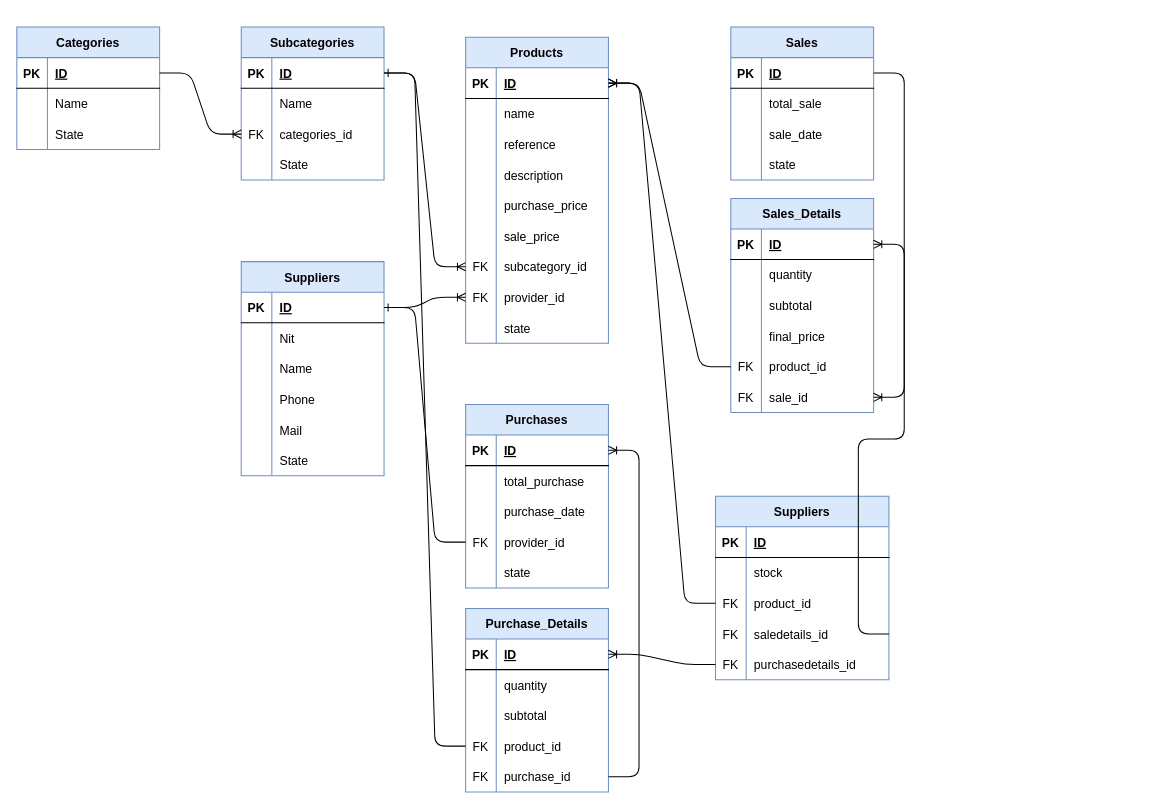
MiguelPardo22/InventoryCCEP keeps this draw.io diagram as Class Diagrams/ClassDiagram.drawio. Above is the earlier version. Source tidied: cells renumbered, new cells numbered last; positions are measured from the earlier drawing's top-left corner, leaving out a move shared by most shapes. Both pictures are drawn from the tidied source at 102%, with x=0, y=0 at pixel (16, 27).
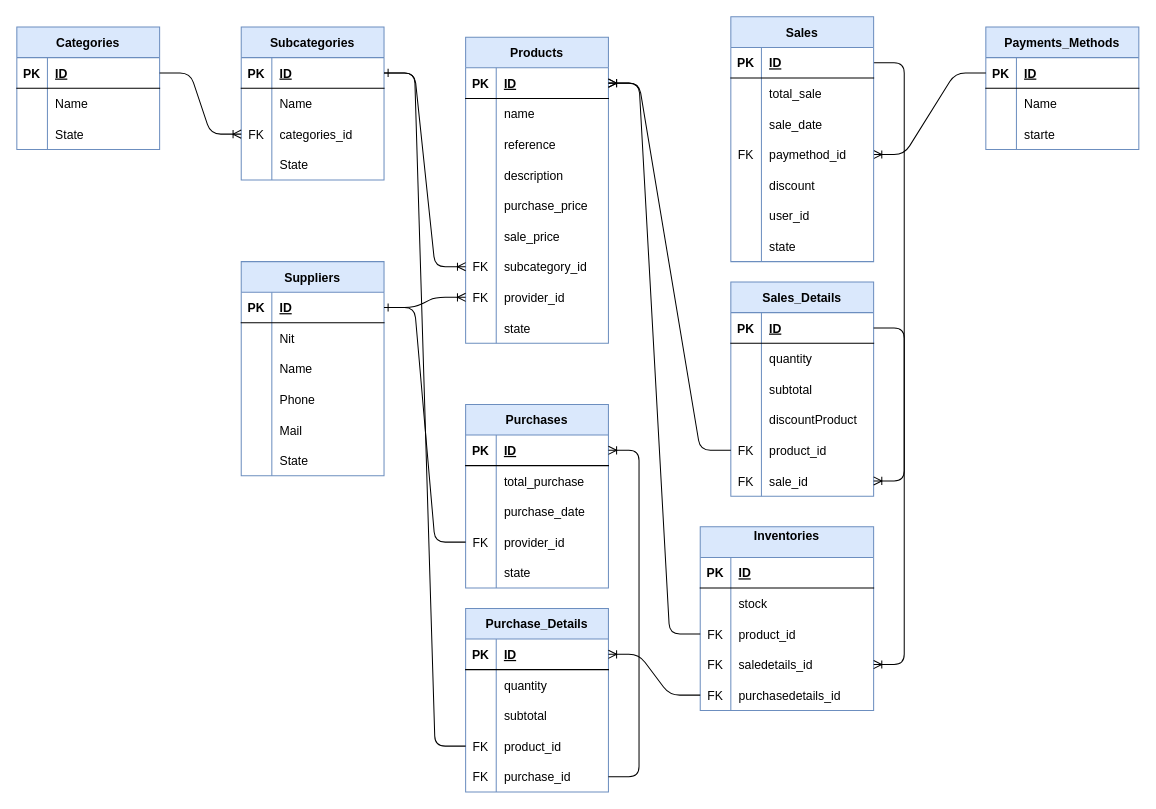
Above is the later version.

Unchanged cells that the change refers to:
```xml
<mxCell id="89" style="shape=tableRow;horizontal=0;startSize=0;swimlaneHead=0;swimlaneBody=0;fillColor=none;points=[[0,0.5],[1,0.5]];portConstraint=eastwest;top=0;left=0;right=0;bottom=1;" parent="88" vertex="1">
  <mxGeometry y="30" width="140" height="30" as="geometry" />
</mxCell>
<mxCell id="98" style="shape=tableRow;horizontal=0;startSize=0;swimlaneHead=0;swimlaneBody=0;fillColor=none;top=0;left=0;right=0;bottom=0;" parent="88" vertex="1">
  <mxGeometry y="120" width="140" height="30" as="geometry" />
</mxCell>
<mxCell id="154" style="shape=tableRow;horizontal=0;startSize=0;swimlaneHead=0;swimlaneBody=0;fillColor=none;points=[[0,0.5],[1,0.5]];portConstraint=eastwest;top=0;left=0;right=0;bottom=0;" parent="144" vertex="1">
  <mxGeometry y="120" width="170" height="30" as="geometry" />
</mxCell>
```

Diff of the diagram source:
```diff
@@
-    <mxCell id="75" value="Sales" style="shape=table;startSize=30;childLayout=tableLayout;rowLines=0;fontStyle=1;align=center;fillColor=#dae8fc;strokeColor=#6c8ebf;shadow=0;fontColor=#000000;" parent="1" vertex="1">
-      <mxGeometry x="700" width="140" height="150" as="geometry" />
-    </mxCell>
-    <mxCell id="76" style="shape=tableRow;horizontal=0;startSize=0;swimlaneHead=0;swimlaneBody=0;fillColor=none;points=[[0,0.5],[1,0.5]];portConstraint=eastwest;top=0;left=0;right=0;bottom=1;" parent="75" vertex="1">
-      <mxGeometry y="30" width="140" height="30" as="geometry" />
-    </mxCell>
-    <mxCell id="77" value="PK" style="shape=partialRectangle;fillColor=none;top=0;left=0;bottom=0;right=0;fontStyle=1;overflow=hidden;" parent="76" vertex="1">
-      <mxGeometry width="30" height="30" as="geometry" />
-    </mxCell>
-    <mxCell id="78" value="ID" style="shape=partialRectangle;fillColor=none;top=0;left=0;bottom=0;right=0;align=left;spacingLeft=6;fontStyle=5;overflow=hidden;" parent="76" vertex="1">
-      <mxGeometry x="30" width="110" height="30" as="geometry" />
-    </mxCell>
-    <mxCell id="79" style="shape=tableRow;horizontal=0;startSize=0;swimlaneHead=0;swimlaneBody=0;fillColor=none;top=0;left=0;right=0;bottom=0;" parent="75" vertex="1">
-      <mxGeometry y="60" width="140" height="30" as="geometry" />
-    </mxCell>
-    <mxCell id="80" style="shape=partialRectangle;fillColor=none;top=0;left=0;bottom=0;right=0;overflow=hidden;" parent="79" vertex="1">
-      <mxGeometry width="30" height="30" as="geometry" />
-    </mxCell>
-    <mxCell id="81" value="total_sale" style="shape=partialRectangle;fillColor=none;top=0;left=0;bottom=0;right=0;align=left;spacingLeft=6;overflow=hidden;" parent="79" vertex="1">
-      <mxGeometry x="30" width="110" height="30" as="geometry" />
-    </mxCell>
-    <mxCell id="82" style="shape=tableRow;horizontal=0;startSize=0;swimlaneHead=0;swimlaneBody=0;fillColor=none;top=0;left=0;right=0;bottom=0;" parent="75" vertex="1">
-      <mxGeometry y="90" width="140" height="30" as="geometry" />
-    </mxCell>
-    <mxCell id="83" style="shape=partialRectangle;fillColor=none;top=0;left=0;bottom=0;right=0;overflow=hidden;" parent="82" vertex="1">
-      <mxGeometry width="30" height="30" as="geometry" />
-    </mxCell>
-    <mxCell id="84" value="sale_date" style="shape=partialRectangle;fillColor=none;top=0;left=0;bottom=0;right=0;align=left;spacingLeft=6;overflow=hidden;" parent="82" vertex="1">
-      <mxGeometry x="30" width="110" height="30" as="geometry" />
-    </mxCell>
-    <mxCell id="85" style="shape=tableRow;horizontal=0;startSize=0;swimlaneHead=0;swimlaneBody=0;fillColor=none;points=[[0,0.5],[1,0.5]];portConstraint=eastwest;top=0;left=0;right=0;bottom=0;" parent="75" vertex="1">
-      <mxGeometry y="120" width="140" height="30" as="geometry" />
-    </mxCell>
-    <mxCell id="86" style="shape=partialRectangle;fillColor=none;top=0;left=0;bottom=0;right=0;overflow=hidden;" parent="85" vertex="1">
-      <mxGeometry width="30" height="30" as="geometry" />
-    </mxCell>
-    <mxCell id="87" value="state" style="shape=partialRectangle;fillColor=none;top=0;left=0;bottom=0;right=0;align=left;spacingLeft=6;overflow=hidden;" parent="85" vertex="1">
-      <mxGeometry x="30" width="110" height="30" as="geometry" />
-    </mxCell>
     <mxCell id="88" value="Sales_Details" style="shape=table;startSize=30;childLayout=tableLayout;rowLines=0;fontStyle=1;align=center;fillColor=#dae8fc;strokeColor=#6c8ebf;shadow=0;fontColor=#000000;" parent="1" vertex="1">
-      <mxGeometry x="700" y="168" width="140" height="210" as="geometry" />
+      <mxGeometry x="700" y="250" width="140" height="210" as="geometry" />
     </mxCell>
@@
-    <mxCell id="100" value="final_price" style="shape=partialRectangle;fillColor=none;top=0;left=0;bottom=0;right=0;align=left;spacingLeft=6;overflow=hidden;" parent="98" vertex="1">
+    <mxCell id="100" value="discountProduct" style="shape=partialRectangle;fillColor=none;top=0;left=0;bottom=0;right=0;align=left;spacingLeft=6;overflow=hidden;" parent="98" vertex="1">
       <mxGeometry x="30" width="110" height="30" as="geometry" />
     </mxCell>
@@
-    <mxCell id="144" value="Suppliers" style="shape=table;startSize=30;childLayout=tableLayout;rowLines=0;fontStyle=1;align=center;fillColor=#dae8fc;strokeColor=#6c8ebf;shadow=0;fontColor=#000000;" parent="1" vertex="1">
-      <mxGeometry x="685" y="460" width="170" height="180" as="geometry" />
+    <mxCell id="144" value="Inventories&#10;" style="shape=table;startSize=30;childLayout=tableLayout;rowLines=0;fontStyle=1;align=center;fillColor=#dae8fc;strokeColor=#6c8ebf;shadow=0;fontColor=#000000;" parent="1" vertex="1">
+      <mxGeometry x="670" y="490" width="170" height="180" as="geometry" />
     </mxCell>
@@
-    <mxCell id="161" style="edgeStyle=entityRelationEdgeStyle;fontSize=12;html=1;endArrow=ERoneToMany;exitX=1;exitY=0.5;exitDx=0;exitDy=0;entryX=1;entryY=0.5;entryDx=0;entryDy=0;" parent="1" edge="1" source="154" target="89">
-      <mxGeometry relative="1" as="geometry" />
-    </mxCell>
@@
+    <mxCell id="163" value="Payments_Methods" style="shape=table;startSize=30;childLayout=tableLayout;rowLines=0;fontStyle=1;align=center;fillColor=#dae8fc;strokeColor=#6c8ebf;shadow=0;fontColor=#000000;" parent="1" vertex="1">
+      <mxGeometry x="950" width="150" height="120" as="geometry" />
+    </mxCell>
+    <mxCell id="164" style="shape=tableRow;horizontal=0;startSize=0;swimlaneHead=0;swimlaneBody=0;fillColor=none;points=[[0,0.5],[1,0.5]];portConstraint=eastwest;top=0;left=0;right=0;bottom=1;" parent="163" vertex="1">
+      <mxGeometry y="30" width="150" height="30" as="geometry" />
+    </mxCell>
+    <mxCell id="165" value="PK" style="shape=partialRectangle;fillColor=none;top=0;left=0;bottom=0;right=0;fontStyle=1;overflow=hidden;" parent="164" vertex="1">
+      <mxGeometry width="30" height="30" as="geometry" />
+    </mxCell>
+    <mxCell id="166" value="ID" style="shape=partialRectangle;fillColor=none;top=0;left=0;bottom=0;right=0;align=left;spacingLeft=6;fontStyle=5;overflow=hidden;" parent="164" vertex="1">
+      <mxGeometry x="30" width="120" height="30" as="geometry" />
+    </mxCell>
+    <mxCell id="167" style="shape=tableRow;horizontal=0;startSize=0;swimlaneHead=0;swimlaneBody=0;fillColor=none;top=0;left=0;right=0;bottom=0;" parent="163" vertex="1">
+      <mxGeometry y="60" width="150" height="30" as="geometry" />
+    </mxCell>
+    <mxCell id="168" style="shape=partialRectangle;fillColor=none;top=0;left=0;bottom=0;right=0;overflow=hidden;" parent="167" vertex="1">
+      <mxGeometry width="30" height="30" as="geometry" />
+    </mxCell>
+    <mxCell id="169" value="Name  " style="shape=partialRectangle;fillColor=none;top=0;left=0;bottom=0;right=0;align=left;spacingLeft=6;overflow=hidden;" parent="167" vertex="1">
+      <mxGeometry x="30" width="120" height="30" as="geometry" />
+    </mxCell>
+    <mxCell id="170" style="shape=tableRow;horizontal=0;startSize=0;swimlaneHead=0;swimlaneBody=0;fillColor=none;top=0;left=0;right=0;bottom=0;" parent="163" vertex="1">
+      <mxGeometry y="90" width="150" height="30" as="geometry" />
+    </mxCell>
+    <mxCell id="171" style="shape=partialRectangle;fillColor=none;top=0;left=0;bottom=0;right=0;overflow=hidden;" parent="170" vertex="1">
+      <mxGeometry width="30" height="30" as="geometry" />
+    </mxCell>
+    <mxCell id="172" value="starte" style="shape=partialRectangle;fillColor=none;top=0;left=0;bottom=0;right=0;align=left;spacingLeft=6;overflow=hidden;" parent="170" vertex="1">
+      <mxGeometry x="30" width="120" height="30" as="geometry" />
+    </mxCell>
+    <mxCell id="173" style="edgeStyle=entityRelationEdgeStyle;fontSize=12;html=1;endArrow=ERoneToMany;exitX=0;exitY=0.5;exitDx=0;exitDy=0;entryX=1;entryY=0.5;entryDx=0;entryDy=0;" parent="1" edge="1" source="164" target="85">
+      <mxGeometry relative="1" as="geometry" />
+    </mxCell>
+    <mxCell id="75" value="Sales" style="shape=table;startSize=30;childLayout=tableLayout;rowLines=0;fontStyle=1;align=center;fillColor=#dae8fc;strokeColor=#6c8ebf;shadow=0;fontColor=#000000;" parent="1" vertex="1">
+      <mxGeometry x="700" y="-10" width="140" height="240" as="geometry" />
+    </mxCell>
+    <mxCell id="76" style="shape=tableRow;horizontal=0;startSize=0;swimlaneHead=0;swimlaneBody=0;fillColor=none;points=[[0,0.5],[1,0.5]];portConstraint=eastwest;top=0;left=0;right=0;bottom=1;" parent="75" vertex="1">
+      <mxGeometry y="30" width="140" height="30" as="geometry" />
+    </mxCell>
+    <mxCell id="174" value="PK" style="shape=partialRectangle;fillColor=none;top=0;left=0;bottom=0;right=0;fontStyle=1;overflow=hidden;" parent="76" vertex="1">
+      <mxGeometry width="30" height="30" as="geometry" />
+    </mxCell>
+    <mxCell id="78" value="ID" style="shape=partialRectangle;fillColor=none;top=0;left=0;bottom=0;right=0;align=left;spacingLeft=6;fontStyle=5;overflow=hidden;" parent="76" vertex="1">
+      <mxGeometry x="30" width="110" height="30" as="geometry" />
+    </mxCell>
+    <mxCell id="79" style="shape=tableRow;horizontal=0;startSize=0;swimlaneHead=0;swimlaneBody=0;fillColor=none;top=0;left=0;right=0;bottom=0;" parent="75" vertex="1">
+      <mxGeometry y="60" width="140" height="30" as="geometry" />
+    </mxCell>
+    <mxCell id="175" style="shape=partialRectangle;fillColor=none;top=0;left=0;bottom=0;right=0;overflow=hidden;" parent="79" vertex="1">
+      <mxGeometry width="30" height="30" as="geometry" />
+    </mxCell>
+    <mxCell id="81" value="total_sale" style="shape=partialRectangle;fillColor=none;top=0;left=0;bottom=0;right=0;align=left;spacingLeft=6;overflow=hidden;" parent="79" vertex="1">
+      <mxGeometry x="30" width="110" height="30" as="geometry" />
+    </mxCell>
+    <mxCell id="82" style="shape=tableRow;horizontal=0;startSize=0;swimlaneHead=0;swimlaneBody=0;fillColor=none;top=0;left=0;right=0;bottom=0;" parent="75" vertex="1">
+      <mxGeometry y="90" width="140" height="30" as="geometry" />
+    </mxCell>
+    <mxCell id="176" style="shape=partialRectangle;fillColor=none;top=0;left=0;bottom=0;right=0;overflow=hidden;" parent="82" vertex="1">
+      <mxGeometry width="30" height="30" as="geometry" />
+    </mxCell>
+    <mxCell id="84" value="sale_date" style="shape=partialRectangle;fillColor=none;top=0;left=0;bottom=0;right=0;align=left;spacingLeft=6;overflow=hidden;" parent="82" vertex="1">
+      <mxGeometry x="30" width="110" height="30" as="geometry" />
+    </mxCell>
+    <mxCell id="85" style="shape=tableRow;horizontal=0;startSize=0;swimlaneHead=0;swimlaneBody=0;fillColor=none;points=[[0,0.5],[1,0.5]];portConstraint=eastwest;top=0;left=0;right=0;bottom=0;" parent="75" vertex="1">
+      <mxGeometry y="120" width="140" height="30" as="geometry" />
+    </mxCell>
+    <mxCell id="177" value="FK" style="shape=partialRectangle;fillColor=none;top=0;left=0;bottom=0;right=0;overflow=hidden;" parent="85" vertex="1">
+      <mxGeometry width="30" height="30" as="geometry" />
+    </mxCell>
+    <mxCell id="178" value="paymethod_id" style="shape=partialRectangle;fillColor=none;top=0;left=0;bottom=0;right=0;align=left;spacingLeft=6;overflow=hidden;" parent="85" vertex="1">
+      <mxGeometry x="30" width="110" height="30" as="geometry" />
+    </mxCell>
+    <mxCell id="179" style="shape=tableRow;horizontal=0;startSize=0;swimlaneHead=0;swimlaneBody=0;fillColor=none;top=0;left=0;right=0;bottom=0;" parent="75" vertex="1">
+      <mxGeometry y="150" width="140" height="30" as="geometry" />
+    </mxCell>
+    <mxCell id="180" style="shape=partialRectangle;fillColor=none;top=0;left=0;bottom=0;right=0;overflow=hidden;" parent="179" vertex="1">
+      <mxGeometry width="30" height="30" as="geometry" />
+    </mxCell>
+    <mxCell id="181" value="discount" style="shape=partialRectangle;fillColor=none;top=0;left=0;bottom=0;right=0;align=left;spacingLeft=6;overflow=hidden;" parent="179" vertex="1">
+      <mxGeometry x="30" width="110" height="30" as="geometry" />
+    </mxCell>
+    <mxCell id="182" style="shape=tableRow;horizontal=0;startSize=0;swimlaneHead=0;swimlaneBody=0;fillColor=none;top=0;left=0;right=0;bottom=0;" parent="75" vertex="1">
+      <mxGeometry y="180" width="140" height="30" as="geometry" />
+    </mxCell>
+    <mxCell id="183" style="shape=partialRectangle;fillColor=none;top=0;left=0;bottom=0;right=0;overflow=hidden;" parent="182" vertex="1">
+      <mxGeometry width="30" height="30" as="geometry" />
+    </mxCell>
+    <mxCell id="184" value="user_id" style="shape=partialRectangle;fillColor=none;top=0;left=0;bottom=0;right=0;align=left;spacingLeft=6;overflow=hidden;" parent="182" vertex="1">
+      <mxGeometry x="30" width="110" height="30" as="geometry" />
+    </mxCell>
+    <mxCell id="185" style="shape=tableRow;horizontal=0;startSize=0;swimlaneHead=0;swimlaneBody=0;fillColor=none;top=0;left=0;right=0;bottom=0;" parent="75" vertex="1">
+      <mxGeometry y="210" width="140" height="30" as="geometry" />
+    </mxCell>
+    <mxCell id="186" style="shape=partialRectangle;fillColor=none;top=0;left=0;bottom=0;right=0;overflow=hidden;" parent="185" vertex="1">
+      <mxGeometry width="30" height="30" as="geometry" />
+    </mxCell>
+    <mxCell id="87" value="state" style="shape=partialRectangle;fillColor=none;top=0;left=0;bottom=0;right=0;align=left;spacingLeft=6;overflow=hidden;" parent="185" vertex="1">
+      <mxGeometry x="30" width="110" height="30" as="geometry" />
+    </mxCell>
+    <mxCell id="187" style="edgeStyle=entityRelationEdgeStyle;fontSize=12;html=1;endArrow=ERoneToMany;exitX=1;exitY=0.5;exitDx=0;exitDy=0;entryX=1;entryY=0.5;entryDx=0;entryDy=0;" parent="1" edge="1" source="89" target="154">
+      <mxGeometry relative="1" as="geometry" />
+    </mxCell>
```
